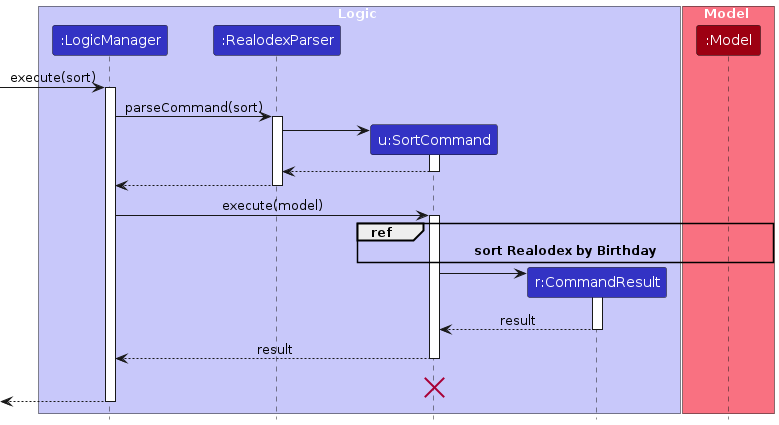
Before: diagrams/sort/SortSequenceDiagram-Logic.png, a diagram exported from PlantUML (AY2324S2-CS2103T-W10-1/tp). Its source is kept beside it as diagrams/sort/SortSequenceDiagram-Logic.puml.
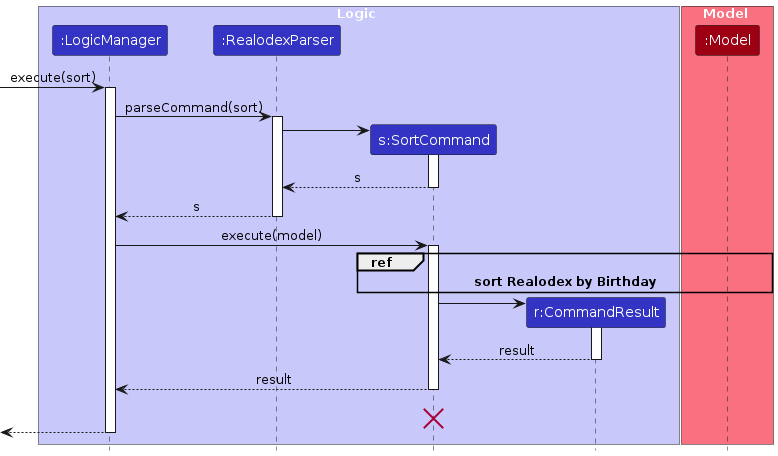
The same file after the commit.

The edit, as a diff of the source:
```diff
@@ -5,7 +5,7 @@
 box Logic LOGIC_COLOR_T1
 participant ":LogicManager" as LogicManager LOGIC_COLOR
 participant ":RealodexParser" as RealodexParser LOGIC_COLOR
-participant "u:SortCommand" as SortCommand LOGIC_COLOR
+participant "s:SortCommand" as SortCommand LOGIC_COLOR
 participant "r:CommandResult" as CommandResult LOGIC_COLOR
 end box
 
@@ -22,10 +22,10 @@
 RealodexParser -> SortCommand
 activate SortCommand
 
-SortCommand --> RealodexParser
+SortCommand --> RealodexParser : s
 deactivate SortCommand
 
-RealodexParser --> LogicManager :
+RealodexParser --> LogicManager : s
 deactivate RealodexParser
 
 LogicManager -> SortCommand : execute(model)
```
